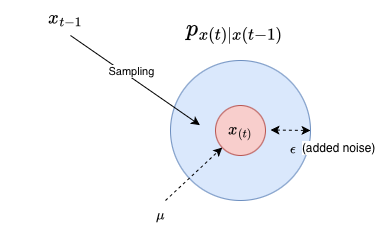
Above: assets/images/2025/01/sd-01-03.png in xta0/xta0.me (draw.io), before the change. Source tidied: cells renumbered, new cells last; positions are measured from the earlier drawing's top-left corner, leaving out a move shared by most shapes. Source of this version:
```xml
<mxGraphModel math="1">
  <root>
    <mxCell id="0" />
    <mxCell id="1" parent="0" />
    <mxCell id="2" style="ellipse;whiteSpace=wrap;html=1;fillColor=#dae8fc;strokeColor=#6c8ebf;" parent="1" vertex="1">
      <mxGeometry x="170" y="60" width="140" height="140" as="geometry" />
    </mxCell>
    <mxCell id="3" value="$$x_{(t)}$$" style="ellipse;whiteSpace=wrap;html=1;fillColor=#f8cecc;strokeColor=#b85450;fontSize=14;" parent="1" vertex="1">
      <mxGeometry x="215" y="105" width="50" height="50" as="geometry" />
    </mxCell>
    <mxCell id="4" style="endArrow=classic;html=1;rounded=0;dashed=1;" parent="1" edge="1" target="3">
      <mxGeometry relative="1" as="geometry">
        <mxPoint x="165" y="200" as="sourcePoint" />
      </mxGeometry>
    </mxCell>
    <mxCell id="5" value="$$\mu$$" style="text;html=1;whiteSpace=wrap;strokeColor=none;fillColor=none;align=center;verticalAlign=middle;rounded=0;" parent="1" vertex="1">
      <mxGeometry x="130" y="200" width="60" height="30" as="geometry" />
    </mxCell>
    <mxCell id="6" value="$$x_{t-1}$$" style="text;html=1;whiteSpace=wrap;strokeColor=none;fillColor=none;align=center;verticalAlign=middle;rounded=0;fontSize=16;" parent="1" vertex="1">
      <mxGeometry width="130" height="35" as="geometry" />
    </mxCell>
    <mxCell id="7" style="endArrow=classic;html=1;rounded=0;exitX=1;exitY=0.75;exitDx=0;exitDy=0;" parent="1" edge="1">
      <mxGeometry relative="1" as="geometry">
        <mxPoint x="70" y="35" as="sourcePoint" />
        <mxPoint x="199.4" y="124.6" as="targetPoint" />
      </mxGeometry>
    </mxCell>
    <mxCell id="8" value="Sampling" style="edgeLabel;html=1;align=center;verticalAlign=middle;" parent="7" vertex="1">
      <mxGeometry x="-0.11" y="5" relative="1" as="geometry" />
    </mxCell>
    <mxCell id="9" style="endArrow=classic;startArrow=classic;html=1;rounded=0;dashed=1;" parent="1" edge="1">
      <mxGeometry relative="1" as="geometry">
        <mxPoint x="270" y="129.5" as="sourcePoint" />
        <mxPoint x="310" y="130" as="targetPoint" />
      </mxGeometry>
    </mxCell>
    <mxCell id="10" value="$$\epsilon$$&amp;nbsp;" style="text;html=1;whiteSpace=wrap;strokeColor=none;fillColor=none;align=center;verticalAlign=middle;rounded=0;" parent="1" vertex="1">
      <mxGeometry x="280" y="140" width="25" height="30" as="geometry" />
    </mxCell>
    <mxCell id="11" value="&lt;span style=&quot;caret-color: rgb(0, 0, 0); color: rgb(0, 0, 0); font-family: Helvetica; font-size: 12px; font-style: normal; font-variant-caps: normal; font-weight: 400; letter-spacing: normal; orphans: 2; text-align: center; text-indent: 0px; text-transform: none; white-space: normal; widows: 2; word-spacing: 0px; -webkit-tap-highlight-color: rgba(0, 0, 0, 0.4); -webkit-text-stroke-width: 0px; text-decoration: none; float: none; display: inline !important;&quot;&gt;(added noise)&lt;/span&gt;" style="text;whiteSpace=wrap;html=1;labelBackgroundColor=default;" parent="1" vertex="1">
      <mxGeometry x="300" y="134" width="90" height="30" as="geometry" />
    </mxCell>
    <mxCell id="12" value="$$p_{x(t) | x(t-1)}$$" style="text;html=1;whiteSpace=wrap;strokeColor=none;fillColor=none;align=center;verticalAlign=middle;rounded=0;fontSize=20;" parent="1" vertex="1">
      <mxGeometry x="170" y="10" width="130" height="40" as="geometry" />
    </mxCell>
  </root>
</mxGraphModel>
```
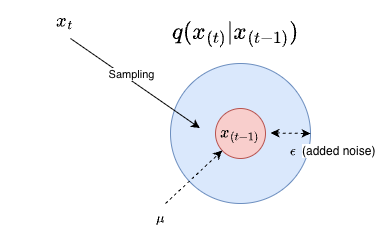
The same file after the commit.

Diff of the diagram source:
```diff
@@ -5,7 +5,7 @@
     <mxCell id="2" style="ellipse;whiteSpace=wrap;html=1;fillColor=#dae8fc;strokeColor=#6c8ebf;" parent="1" vertex="1">
       <mxGeometry x="170" y="60" width="140" height="140" as="geometry" />
     </mxCell>
-    <mxCell id="3" value="$$x_{(t)}$$" style="ellipse;whiteSpace=wrap;html=1;fillColor=#f8cecc;strokeColor=#b85450;fontSize=14;" parent="1" vertex="1">
+    <mxCell id="3" value="$$x_{(t-1)}$$" style="ellipse;whiteSpace=wrap;html=1;fillColor=#f8cecc;strokeColor=#b85450;fontSize=14;" parent="1" vertex="1">
       <mxGeometry x="215" y="105" width="50" height="50" as="geometry" />
     </mxCell>
     <mxCell id="4" style="endArrow=classic;html=1;rounded=0;dashed=1;" parent="1" edge="1" target="3">
@@ -16,7 +16,7 @@
     <mxCell id="5" value="$$\mu$$" style="text;html=1;whiteSpace=wrap;strokeColor=none;fillColor=none;align=center;verticalAlign=middle;rounded=0;" parent="1" vertex="1">
       <mxGeometry x="130" y="200" width="60" height="30" as="geometry" />
     </mxCell>
-    <mxCell id="6" value="$$x_{t-1}$$" style="text;html=1;whiteSpace=wrap;strokeColor=none;fillColor=none;align=center;verticalAlign=middle;rounded=0;fontSize=16;" parent="1" vertex="1">
+    <mxCell id="6" value="$$x_{t}$$" style="text;html=1;whiteSpace=wrap;strokeColor=none;fillColor=none;align=center;verticalAlign=middle;rounded=0;fontSize=16;" parent="1" vertex="1">
       <mxGeometry width="130" height="35" as="geometry" />
     </mxCell>
     <mxCell id="7" style="endArrow=classic;html=1;rounded=0;exitX=1;exitY=0.75;exitDx=0;exitDy=0;" parent="1" edge="1">
@@ -40,7 +40,7 @@
     <mxCell id="11" value="&lt;span style=&quot;caret-color: rgb(0, 0, 0); color: rgb(0, 0, 0); font-family: Helvetica; font-size: 12px; font-style: normal; font-variant-caps: normal; font-weight: 400; letter-spacing: normal; orphans: 2; text-align: center; text-indent: 0px; text-transform: none; white-space: normal; widows: 2; word-spacing: 0px; -webkit-tap-highlight-color: rgba(0, 0, 0, 0.4); -webkit-text-stroke-width: 0px; text-decoration: none; float: none; display: inline !important;&quot;&gt;(added noise)&lt;/span&gt;" style="text;whiteSpace=wrap;html=1;labelBackgroundColor=default;" parent="1" vertex="1">
       <mxGeometry x="300" y="134" width="90" height="30" as="geometry" />
     </mxCell>
-    <mxCell id="12" value="$$p_{x(t) | x(t-1)}$$" style="text;html=1;whiteSpace=wrap;strokeColor=none;fillColor=none;align=center;verticalAlign=middle;rounded=0;fontSize=20;" parent="1" vertex="1">
+    <mxCell id="12" value="$$q(x_{(t)} | x_{(t-1)})$$" style="text;html=1;whiteSpace=wrap;strokeColor=none;fillColor=none;align=center;verticalAlign=middle;rounded=0;fontSize=20;" parent="1" vertex="1">
       <mxGeometry x="170" y="10" width="130" height="40" as="geometry" />
     </mxCell>
   </root>
```
